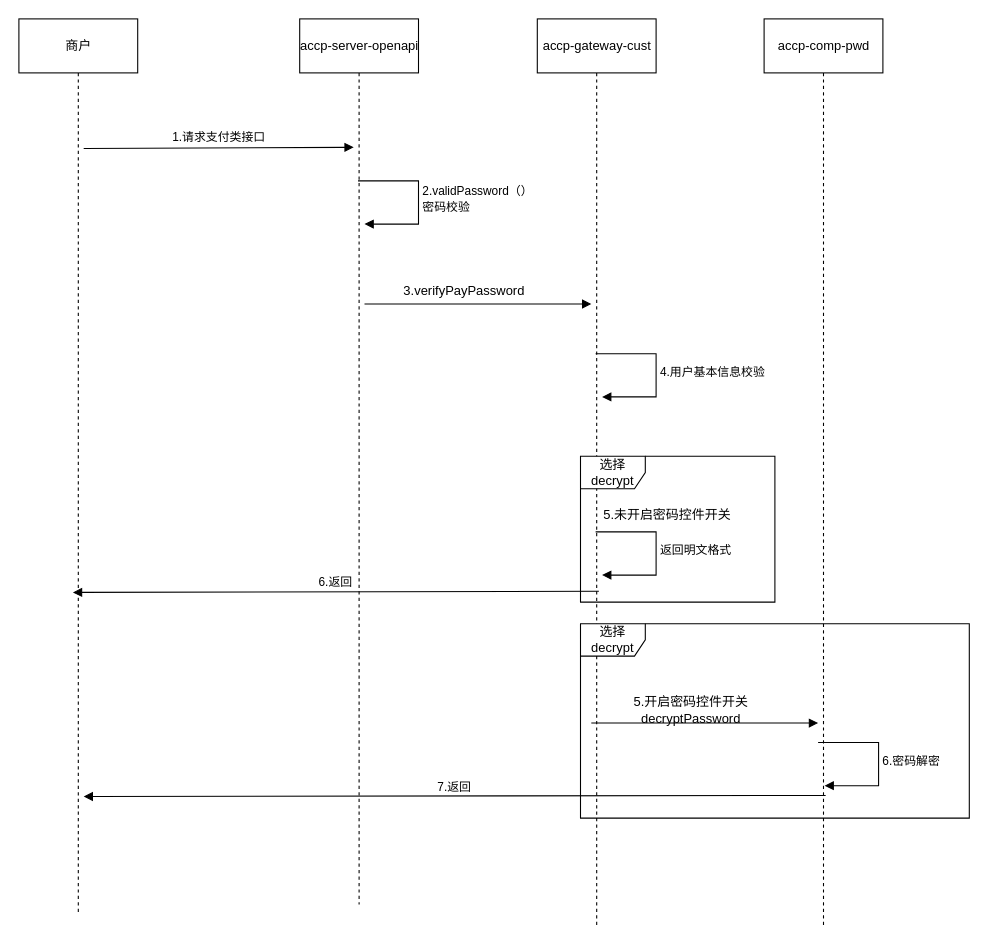
This is page "原解密过程" (1 of 2) of accp.drawio from lgaBug/drawio, a draw.io file, before an edit. Source tidied: cells renumbered, new cells numbered last; positions are measured from the earlier drawing's top-left corner, leaving out a move shared by most shapes. Both pictures are drawn from the tidied source at 108%, with x=0, y=0 at pixel (18, 18).
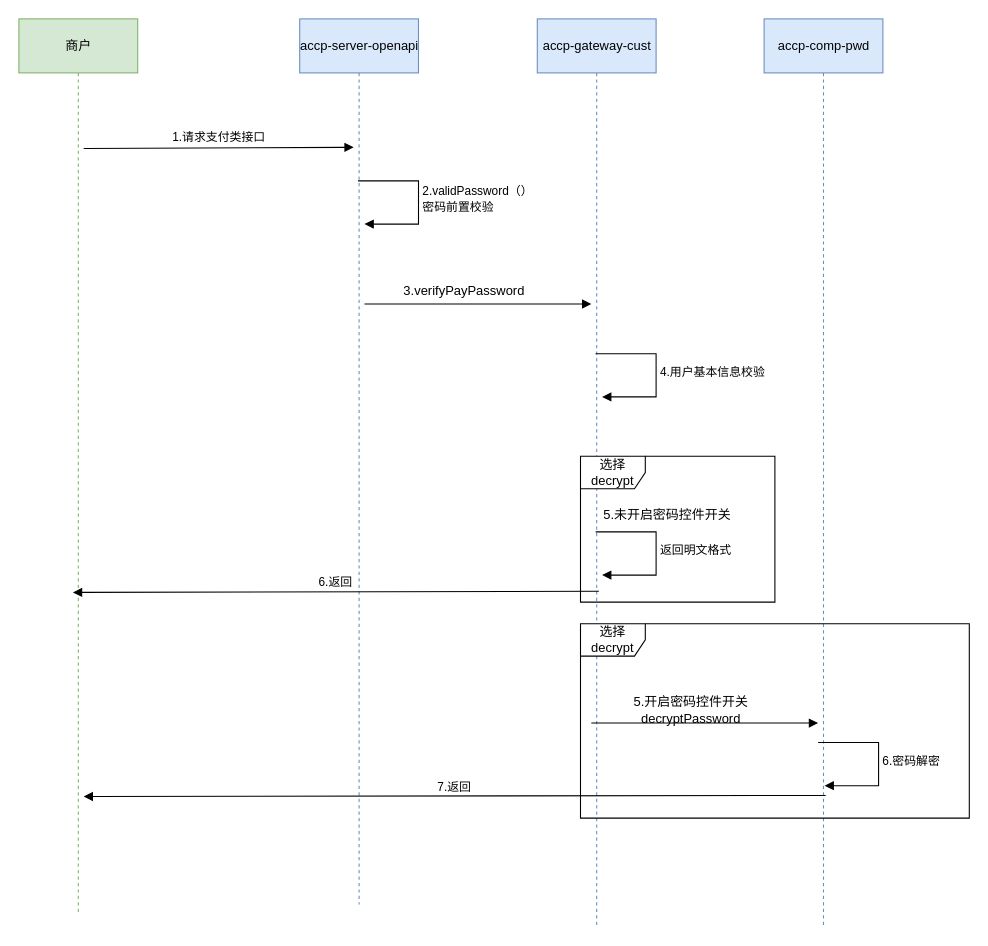
After the change.

Commit message:
密码控件优化时序图.drawio

The edit, as a diff of the source:
```diff
@@
-    <mxCell id="2" style="edgeStyle=orthogonalEdgeStyle;rounded=0;jettySize=auto;html=1;exitX=0.5;exitY=1;exitDx=0;exitDy=0;dashed=1;endArrow=none;endFill=0;" parent="1" edge="1" source="3">
+    <mxCell id="2" style="edgeStyle=orthogonalEdgeStyle;rounded=0;jettySize=auto;html=1;exitX=0.5;exitY=1;exitDx=0;exitDy=0;dashed=1;endArrow=none;endFill=0;fillColor=#d5e8d4;strokeColor=#82b366;" parent="1" edge="1" source="3">
       <mxGeometry relative="1" as="geometry">
         <mxPoint x="55" y="830" as="targetPoint" />
       </mxGeometry>
     </mxCell>
-    <mxCell id="3" value="商户" style="html=1;" parent="1" vertex="1">
+    <mxCell id="3" value="商户" style="html=1;fillColor=#d5e8d4;strokeColor=#82b366;" parent="1" vertex="1">
       <mxGeometry width="110" height="50" as="geometry" />
     </mxCell>
-    <mxCell id="4" style="edgeStyle=orthogonalEdgeStyle;rounded=0;jettySize=auto;html=1;exitX=0.5;exitY=1;exitDx=0;exitDy=0;dashed=1;endArrow=none;endFill=0;" parent="1" edge="1" source="5">
+    <mxCell id="4" style="edgeStyle=orthogonalEdgeStyle;rounded=0;jettySize=auto;html=1;exitX=0.5;exitY=1;exitDx=0;exitDy=0;dashed=1;endArrow=none;endFill=0;fillColor=#dae8fc;strokeColor=#6c8ebf;" parent="1" edge="1" source="5">
       <mxGeometry relative="1" as="geometry">
         <mxPoint x="315" y="820" as="targetPoint" />
         <Array as="points">
           <mxPoint x="315" y="580" />
         </Array>
       </mxGeometry>
     </mxCell>
-    <mxCell id="5" value="accp-server-openapi" style="html=1;" parent="1" vertex="1">
+    <mxCell id="5" value="accp-server-openapi" style="html=1;fillColor=#dae8fc;strokeColor=#6c8ebf;" parent="1" vertex="1">
       <mxGeometry x="260" width="110" height="50" as="geometry" />
     </mxCell>
-    <mxCell id="6" style="edgeStyle=orthogonalEdgeStyle;rounded=0;jettySize=auto;html=1;exitX=0.5;exitY=1;exitDx=0;exitDy=0;dashed=1;endArrow=none;endFill=0;" parent="1" edge="1" source="7">
+    <mxCell id="6" style="edgeStyle=orthogonalEdgeStyle;rounded=0;jettySize=auto;html=1;exitX=0.5;exitY=1;exitDx=0;exitDy=0;dashed=1;endArrow=none;endFill=0;fillColor=#dae8fc;strokeColor=#6c8ebf;" parent="1" edge="1" source="7">
       <mxGeometry relative="1" as="geometry">
         <mxPoint x="535" y="840" as="targetPoint" />
       </mxGeometry>
     </mxCell>
-    <mxCell id="7" value="accp-gateway-cust" style="html=1;" parent="1" vertex="1">
+    <mxCell id="7" value="accp-gateway-cust" style="html=1;fillColor=#dae8fc;strokeColor=#6c8ebf;" parent="1" vertex="1">
       <mxGeometry x="480" width="110" height="50" as="geometry" />
     </mxCell>
-    <mxCell id="8" style="edgeStyle=orthogonalEdgeStyle;rounded=0;jettySize=auto;html=1;exitX=0.5;exitY=1;exitDx=0;exitDy=0;dashed=1;endArrow=none;endFill=0;" parent="1" edge="1" source="9">
+    <mxCell id="8" style="edgeStyle=orthogonalEdgeStyle;rounded=0;jettySize=auto;html=1;exitX=0.5;exitY=1;exitDx=0;exitDy=0;dashed=1;endArrow=none;endFill=0;fillColor=#dae8fc;strokeColor=#6c8ebf;" parent="1" edge="1" source="9">
       <mxGeometry relative="1" as="geometry">
         <mxPoint x="745" y="840" as="targetPoint" />
       </mxGeometry>
     </mxCell>
-    <mxCell id="9" value="accp-comp-pwd" style="html=1;" parent="1" vertex="1">
+    <mxCell id="9" value="accp-comp-pwd" style="html=1;fillColor=#dae8fc;strokeColor=#6c8ebf;" parent="1" vertex="1">
       <mxGeometry x="690" width="110" height="50" as="geometry" />
     </mxCell>
@@
-    <mxCell id="11" value="2.validPassword（）&lt;br&gt;密码校验" style="edgeStyle=orthogonalEdgeStyle;html=1;align=left;spacingLeft=2;endArrow=block;rounded=0;" parent="1" edge="1">
+    <mxCell id="11" value="2.validPassword（）&lt;br&gt;密码前置校验" style="edgeStyle=orthogonalEdgeStyle;html=1;align=left;spacingLeft=2;endArrow=block;rounded=0;" parent="1" edge="1">
       <mxGeometry relative="1" as="geometry">
         <mxPoint x="314" y="150" as="sourcePoint" />
         <mxPoint x="320" y="190" as="targetPoint" />
         <Array as="points">
           <mxPoint x="370" y="150" />
           <mxPoint x="370" y="190" />
         </Array>
       </mxGeometry>
     </mxCell>
```
